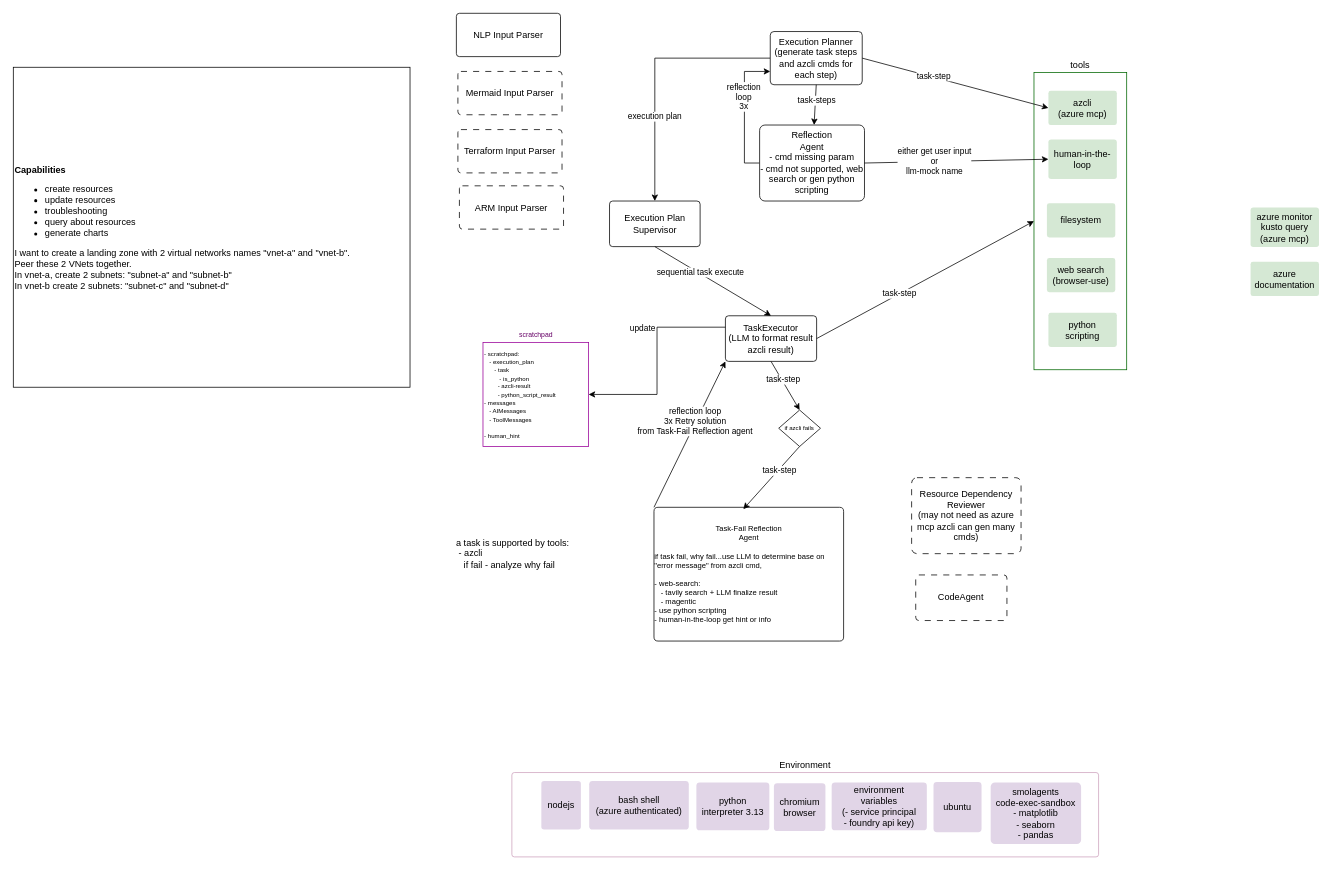
Before: docs/system_design.drawio in weixian-zhang/lena.ai, a draw.io diagram. Source tidied: cells renumbered, new cells numbered last; positions are measured from the earlier drawing's top-left corner, leaving out a move shared by most shapes. Both pictures are drawn from the tidied source at 76%, with x=0, y=0 at pixel (13, 13).
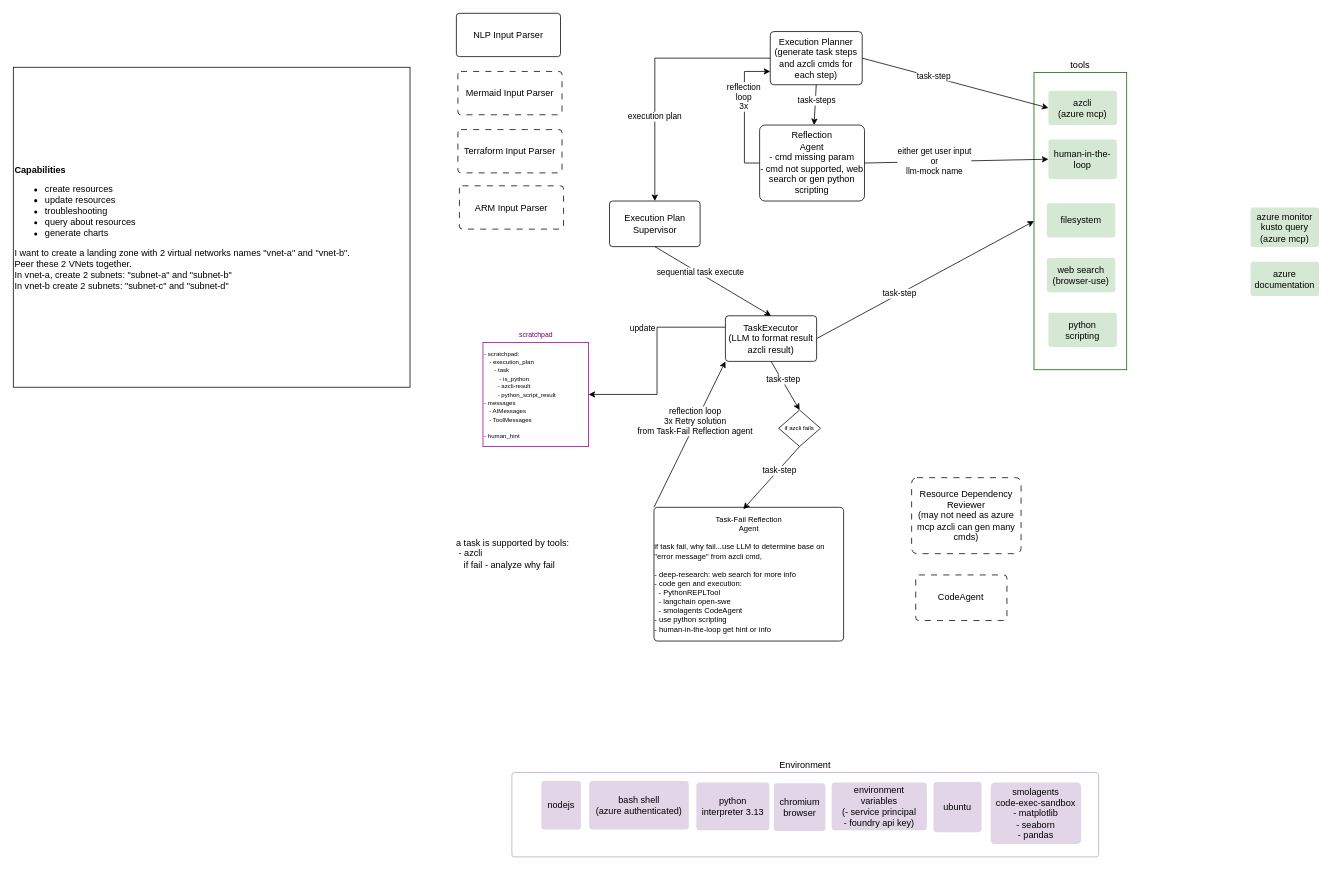
After the change.

Commit message (it also covers changes not shown here):
feat: added draft-file smolagents for CodeAgent

The edit, as a diff of the source:
```diff
@@
-    <mxCell id="34" value="Task-Fail Reflection&lt;div&gt;Agent&lt;br&gt;&lt;div&gt;&lt;br&gt;&lt;/div&gt;&lt;div style=&quot;text-align: left;&quot;&gt;if task fail, why fail...use LLM to determine base on &quot;error message&quot; from azcli cmd,&lt;/div&gt;&lt;div style=&quot;text-align: left;&quot;&gt;&lt;br&gt;&lt;/div&gt;&lt;div style=&quot;text-align: left;&quot;&gt;-&amp;nbsp;&lt;span style=&quot;background-color: transparent; color: light-dark(rgb(0, 0, 0), rgb(255, 255, 255));&quot;&gt;web-search:&lt;/span&gt;&lt;/div&gt;&lt;div style=&quot;text-align: left;&quot;&gt;&lt;span style=&quot;background-color: transparent; color: light-dark(rgb(0, 0, 0), rgb(255, 255, 255));&quot;&gt;&amp;nbsp; &amp;nbsp;- tavily search + LLM finalize result&amp;nbsp;&lt;/span&gt;&lt;/div&gt;&lt;div style=&quot;text-align: left;&quot;&gt;&lt;span style=&quot;background-color: transparent; color: light-dark(rgb(0, 0, 0), rgb(255, 255, 255));&quot;&gt;&amp;nbsp; &amp;nbsp;- magentic&lt;/span&gt;&lt;/div&gt;&lt;div style=&quot;text-align: left;&quot;&gt;- use python scripting&lt;/div&gt;&lt;div style=&quot;text-align: left;&quot;&gt;- human-in-the-loop get hint or info&lt;/div&gt;&lt;/div&gt;" style="rounded=1;whiteSpace=wrap;html=1;arcSize=3;fontSize=10;" parent="1" vertex="1">
+    <mxCell id="34" value="Task-Fail Reflection&lt;div&gt;Agent&lt;br&gt;&lt;div&gt;&lt;br&gt;&lt;/div&gt;&lt;div style=&quot;text-align: left;&quot;&gt;if task fail, why fail...use LLM to determine base on &quot;error message&quot; from azcli cmd,&lt;/div&gt;&lt;div style=&quot;text-align: left;&quot;&gt;&lt;br&gt;&lt;/div&gt;&lt;div style=&quot;text-align: left;&quot;&gt;- deep-research: web search for more info&lt;/div&gt;&lt;div style=&quot;text-align: left;&quot;&gt;- code gen and execution:&lt;/div&gt;&lt;div style=&quot;text-align: left;&quot;&gt;&amp;nbsp; -&amp;nbsp;PythonREPLTool&lt;/div&gt;&lt;div style=&quot;text-align: left;&quot;&gt;&amp;nbsp; - langchain open-swe&lt;/div&gt;&lt;div style=&quot;text-align: left;&quot;&gt;&amp;nbsp; - smolagents CodeAgent&lt;/div&gt;&lt;div style=&quot;text-align: left;&quot;&gt;- use python scripting&lt;/div&gt;&lt;div style=&quot;text-align: left;&quot;&gt;- human-in-the-loop get hint or info&lt;/div&gt;&lt;/div&gt;" style="rounded=1;whiteSpace=wrap;html=1;arcSize=3;fontSize=10;" parent="1" vertex="1">
       <mxGeometry x="843" y="650" width="249.5" height="176" as="geometry" />
     </mxCell>
```
